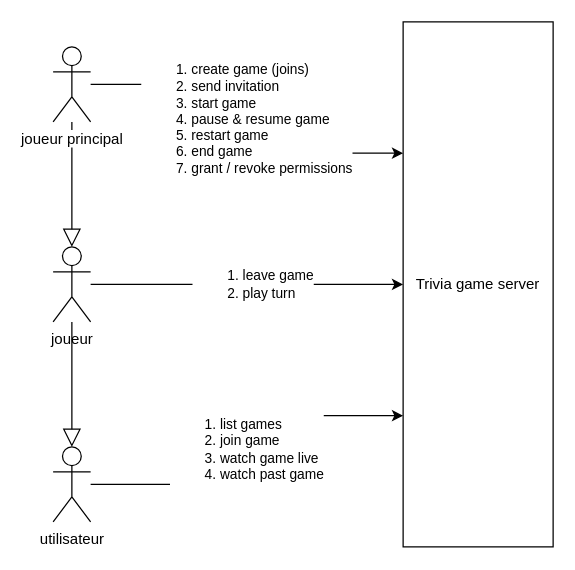
mbimbij/trivia keeps this draw.io diagram as page "use-cases" (1 of 4) of java/docs/design-docs/webapp-version/design-doc.drawio. Above is the earlier version. Source tidied: cells renumbered, new cells numbered last; positions are measured from the earlier drawing's top-left corner, leaving out a move shared by most shapes. Both pictures are drawn from the tidied source at 125%, with x=0, y=0 at pixel (52, 21).
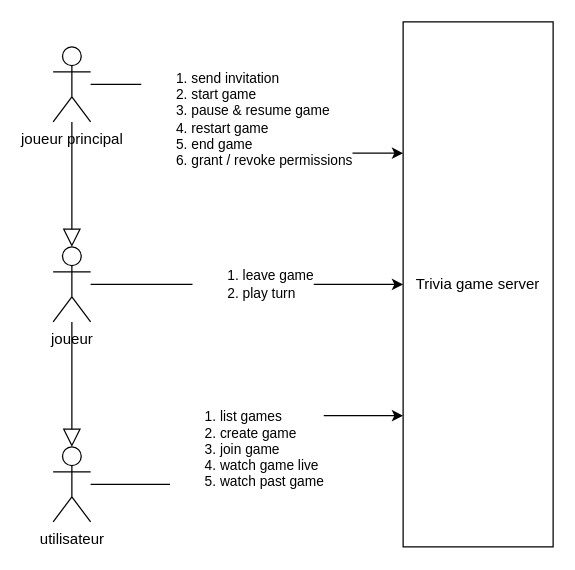
Above is the later version.

What changed in the source:
```diff
@@
 <mxGraphModel>
   <root>
     <mxCell id="0" />
     <mxCell id="1" parent="0" />
     <mxCell id="2" value="Trivia game server" style="rounded=0;whiteSpace=wrap;html=1;" parent="1" vertex="1">
       <mxGeometry x="280" width="120" height="420" as="geometry" />
     </mxCell>
-    <mxCell id="3" value="&lt;ol&gt;&lt;li style=&quot;text-align: left;&quot;&gt;create game (joins)&lt;/li&gt;&lt;li style=&quot;text-align: left;&quot;&gt;send invitation&lt;/li&gt;&lt;li style=&quot;text-align: left;&quot;&gt;start game&lt;/li&gt;&lt;li style=&quot;text-align: left;&quot;&gt;pause &amp;amp; resume game&lt;/li&gt;&lt;li style=&quot;text-align: left;&quot;&gt;restart game&lt;/li&gt;&lt;li style=&quot;text-align: left;&quot;&gt;end game&lt;/li&gt;&lt;li style=&quot;text-align: left;&quot;&gt;grant / revoke permissions&lt;/li&gt;&lt;/ol&gt;" style="edgeStyle=orthogonalEdgeStyle;rounded=0;jettySize=auto;html=1;entryX=0;entryY=0.25;entryDx=0;entryDy=0;" parent="1" edge="1" source="5" target="2">
+    <mxCell id="3" value="&lt;ol&gt;&lt;li style=&quot;text-align: left;&quot;&gt;send invitation&lt;br&gt;&lt;/li&gt;&lt;li style=&quot;text-align: left;&quot;&gt;start game&lt;/li&gt;&lt;li style=&quot;text-align: left;&quot;&gt;pause &amp;amp; resume game&lt;/li&gt;&lt;li style=&quot;text-align: left;&quot;&gt;restart game&lt;/li&gt;&lt;li style=&quot;text-align: left;&quot;&gt;end game&lt;/li&gt;&lt;li style=&quot;text-align: left;&quot;&gt;grant / revoke permissions&lt;/li&gt;&lt;/ol&gt;" style="edgeStyle=orthogonalEdgeStyle;rounded=0;jettySize=auto;html=1;entryX=0;entryY=0.25;entryDx=0;entryDy=0;" parent="1" edge="1" source="5" target="2">
       <mxGeometry relative="1" as="geometry" />
     </mxCell>
     <mxCell id="4" style="edgeStyle=orthogonalEdgeStyle;rounded=0;jettySize=auto;html=1;entryX=0.5;entryY=0;entryDx=0;entryDy=0;entryPerimeter=0;endArrow=block;endFill=0;startSize=12;endSize=12;" parent="1" edge="1" source="5" target="6">
       <mxGeometry relative="1" as="geometry" />
     </mxCell>
-    <mxCell id="5" value="&lt;span style=&quot;background-color: rgb(255, 255, 255);&quot;&gt;joueur principal&lt;/span&gt;" style="shape=umlActor;verticalLabelPosition=bottom;verticalAlign=top;html=1;outlineConnect=0;" parent="1" vertex="1">
+    <mxCell id="5" value="joueur principal" style="shape=umlActor;verticalLabelPosition=bottom;verticalAlign=top;html=1;outlineConnect=0;" parent="1" vertex="1">
       <mxGeometry y="20" width="30" height="60" as="geometry" />
     </mxCell>
     <mxCell id="6" value="joueur" style="shape=umlActor;verticalLabelPosition=bottom;verticalAlign=top;html=1;outlineConnect=0;" parent="1" vertex="1">
       <mxGeometry y="180" width="30" height="60" as="geometry" />
     </mxCell>
     <mxCell id="7" value="&lt;ol&gt;&lt;li style=&quot;text-align: left;&quot;&gt;leave game&lt;br&gt;&lt;/li&gt;&lt;li style=&quot;text-align: left;&quot;&gt;play turn&lt;/li&gt;&lt;/ol&gt;" style="edgeStyle=orthogonalEdgeStyle;rounded=0;jettySize=auto;html=1;" parent="1" edge="1" source="6" target="2">
       <mxGeometry x="0.04" relative="1" as="geometry" />
     </mxCell>
     <mxCell id="8" value="utilisateur" style="shape=umlActor;verticalLabelPosition=bottom;verticalAlign=top;html=1;outlineConnect=0;" parent="1" vertex="1">
       <mxGeometry y="340" width="30" height="60" as="geometry" />
     </mxCell>
     <mxCell id="9" style="edgeStyle=orthogonalEdgeStyle;rounded=0;jettySize=auto;html=1;entryX=0.5;entryY=0;entryDx=0;entryDy=0;entryPerimeter=0;endArrow=block;endFill=0;startSize=12;endSize=12;" parent="1" edge="1" source="6" target="8">
       <mxGeometry relative="1" as="geometry" />
     </mxCell>
-    <mxCell id="10" value="&lt;ol&gt;&lt;li style=&quot;text-align: left;&quot;&gt;list games&lt;/li&gt;&lt;li style=&quot;text-align: left;&quot;&gt;join game&lt;/li&gt;&lt;li style=&quot;text-align: left;&quot;&gt;watch game live&lt;/li&gt;&lt;li style=&quot;text-align: left;&quot;&gt;watch past game&lt;/li&gt;&lt;/ol&gt;" style="edgeStyle=orthogonalEdgeStyle;rounded=0;jettySize=auto;html=1;entryX=0;entryY=0.75;entryDx=0;entryDy=0;" parent="1" edge="1" source="8" target="2">
+    <mxCell id="10" value="&lt;ol&gt;&lt;li style=&quot;text-align: left;&quot;&gt;list games&lt;/li&gt;&lt;li style=&quot;border-color: var(--border-color); text-align: left;&quot;&gt;create game&lt;/li&gt;&lt;li style=&quot;text-align: left;&quot;&gt;join game&lt;/li&gt;&lt;li style=&quot;text-align: left;&quot;&gt;watch game live&lt;/li&gt;&lt;li style=&quot;text-align: left;&quot;&gt;watch past game&lt;/li&gt;&lt;/ol&gt;" style="edgeStyle=orthogonalEdgeStyle;rounded=0;jettySize=auto;html=1;entryX=0;entryY=0.75;entryDx=0;entryDy=0;" parent="1" edge="1" source="8" target="2">
       <mxGeometry relative="1" as="geometry" />
     </mxCell>
   </root>
 </mxGraphModel>
```
